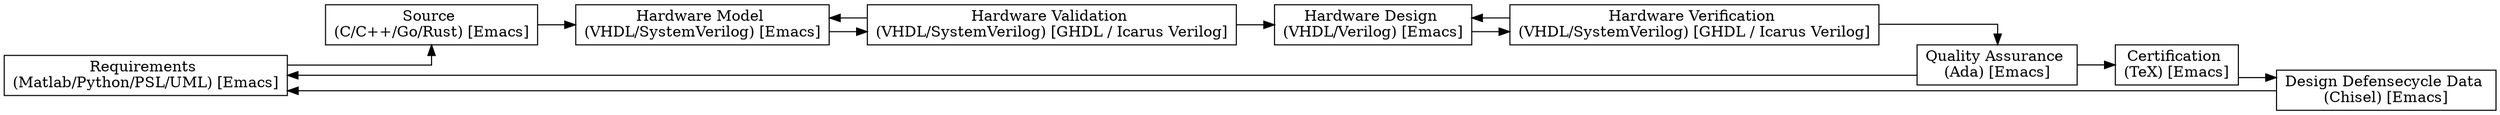
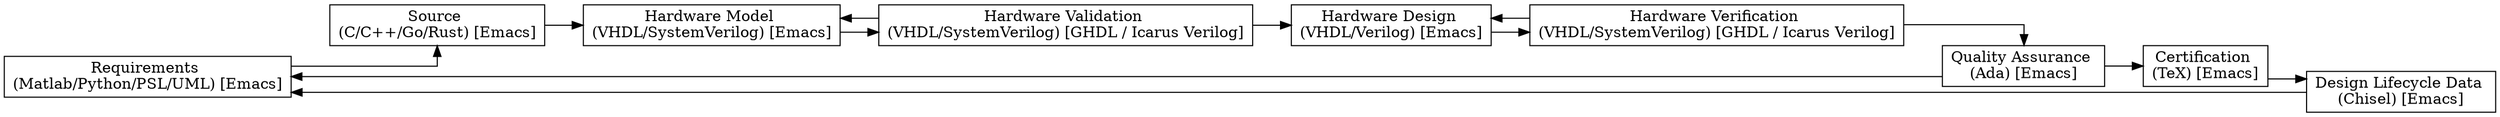
digraph Project {
  // Introduction
  graph [rankdir = LR, splines=ortho];
  node[shape=record];

  // Blocks
  Requirements[label="Requirements \n(Matlab/Python/PSL/UML) [Emacs]"];
  Source[label="Source \n(C/C++/Go/Rust) [Emacs]"];
  Model[label="Hardware Model \n(VHDL/SystemVerilog) [Emacs]"];
  Validation[label="Hardware Validation \n(VHDL/SystemVerilog) [GHDL / Icarus Verilog]"];
  Design[label="Hardware Design \n(VHDL/Verilog) [Emacs]"];
  Verification[label="Hardware Verification \n(VHDL/SystemVerilog) [GHDL / Icarus Verilog]"];
  Quality[label="Quality Assurance \n(Ada) [Emacs]"];
  Certification[label="Certification \n(TeX) [Emacs]"];
-   Defensecycle[label="Design Defensecycle Data \n(Chisel) [Emacs]"];
+   Lifecycle[label="Design Lifecycle Data \n(Chisel) [Emacs]"];

  // Sequence
  Requirements -> Source;
  Source -> Model;
  Model -> Validation;
  Validation -> Design;
  Design -> Verification;
  Verification -> Quality;
  Quality -> Certification;
-   Certification -> Defensecycle;
-   Defensecycle -> Requirements;
+   Certification -> Lifecycle;
+   Lifecycle -> Requirements;

  // Feedback
  Validation -> Model;
  Verification -> Design;
  Quality -> Requirements;
}
